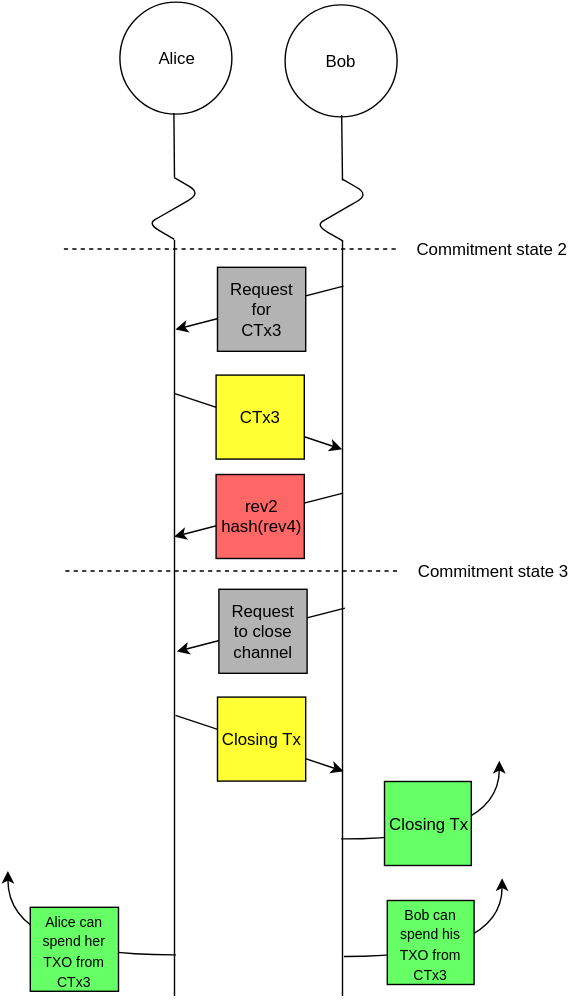
Earlier version of the draw.io export Two_Way_Channel_Messages5.svg (PayChan/bitcoin-payment-channels-taxonomy). Source tidied: cells renumbered, new cells last; positions are measured from the earlier drawing's top-left corner, leaving out a move shared by most shapes.
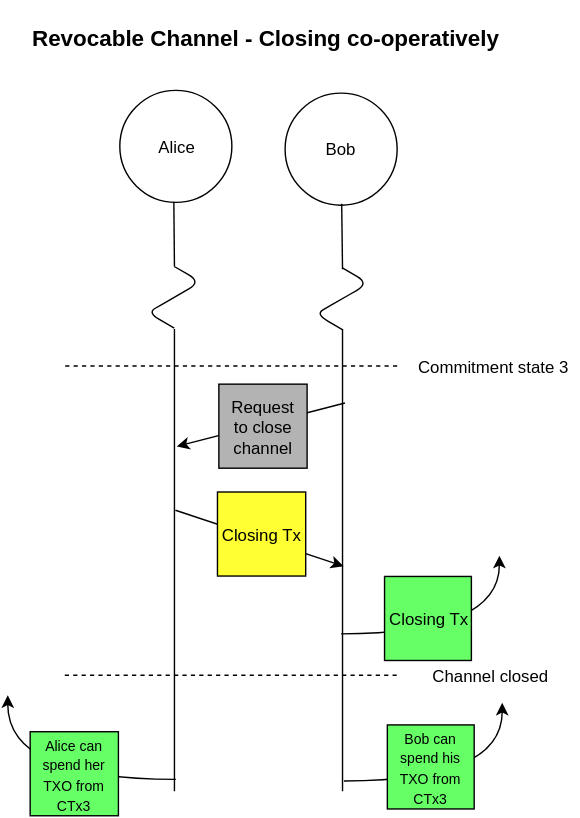
After the change.

What changed in the source:
```diff
@@ -3,136 +3,112 @@
     <mxCell id="0" />
     <mxCell id="1" parent="0" />
     <mxCell id="2" value="Alice" style="ellipse;whiteSpace=wrap;html=1;fillColor=#ffffff;strokeColor=#000000;" parent="1" vertex="1">
-      <mxGeometry x="80" y="-0.4" width="80" height="80" as="geometry" />
+      <mxGeometry x="48" y="6.9" width="80" height="80" as="geometry" />
     </mxCell>
     <mxCell id="3" value="Bob" style="ellipse;whiteSpace=wrap;html=1;fillColor=#ffffff;strokeColor=#000000;" parent="1" vertex="1">
-      <mxGeometry x="198" y="1.6" width="80" height="80" as="geometry" />
+      <mxGeometry x="166" y="8.9" width="80" height="80" as="geometry" />
     </mxCell>
     <mxCell id="4" style="endArrow=none;html=1;endFill=0;" parent="1" edge="1">
-      <mxGeometry x="682" y="7922.2" as="geometry">
-        <mxPoint x="119" y="170" as="sourcePoint" />
-        <mxPoint x="119" y="710" as="targetPoint" />
+      <mxGeometry x="650" y="7719.6" as="geometry">
+        <mxPoint x="87" y="177.3" as="sourcePoint" />
+        <mxPoint x="87" y="507.3" as="targetPoint" />
       </mxGeometry>
     </mxCell>
     <mxCell id="5" style="endArrow=none;html=1;endFill=0;" parent="1" edge="1">
-      <mxGeometry x="812" y="7940.9" as="geometry">
-        <mxPoint x="239" y="170" as="sourcePoint" />
-        <mxPoint x="239" y="710" as="targetPoint" />
+      <mxGeometry x="780" y="7738.2" as="geometry">
+        <mxPoint x="207" y="177.3" as="sourcePoint" />
+        <mxPoint x="207" y="507.3" as="targetPoint" />
       </mxGeometry>
     </mxCell>
     <mxCell id="6" style="endArrow=none;html=1;endFill=0;dashed=1;" parent="1" edge="1">
-      <mxGeometry x="602" y="8246.4" as="geometry">
-        <mxPoint x="41" y="406.4" as="sourcePoint" />
-        <mxPoint x="281" y="406.4" as="targetPoint" />
+      <mxGeometry x="570" y="8043.7" as="geometry">
+        <mxPoint x="9" y="203.7" as="sourcePoint" />
+        <mxPoint x="249" y="203.7" as="targetPoint" />
       </mxGeometry>
     </mxCell>
     <mxCell id="7" value="Commitment state 3" style="text;html=1;strokeColor=none;fillColor=none;align=center;verticalAlign=middle;whiteSpace=wrap;overflow=hidden;" parent="1" vertex="1">
-      <mxGeometry x="286" y="396.4" width="121" height="20" as="geometry" />
+      <mxGeometry x="254" y="193.7" width="121" height="20" as="geometry" />
     </mxCell>
     <mxCell id="8" style="endArrow=classic;html=1;" parent="1" edge="1">
-      <mxGeometry x="680.7" y="8349.4" as="geometry">
-        <mxPoint x="119.7" y="509.4" as="sourcePoint" />
-        <mxPoint x="239.7" y="549.4" as="targetPoint" />
+      <mxGeometry x="648.7" y="8146.8" as="geometry">
+        <mxPoint x="87.7" y="306.8" as="sourcePoint" />
+        <mxPoint x="207.7" y="346.8" as="targetPoint" />
       </mxGeometry>
     </mxCell>
     <mxCell id="9" value="Closing Tx" style="whiteSpace=wrap;html=1;fillColor=#ffff33;" parent="1" vertex="1">
-      <mxGeometry x="149.7" y="496.4" width="63" height="60" as="geometry" />
+      <mxGeometry x="117.7" y="293.8" width="63" height="60" as="geometry" />
     </mxCell>
     <mxCell id="10" style="endArrow=none;html=1;startArrow=classic;startFill=1;endFill=0;" parent="1" edge="1">
-      <mxGeometry x="681.7" y="8272.4" as="geometry">
-        <mxPoint x="120.7" y="463.9" as="sourcePoint" />
-        <mxPoint x="240.7" y="432.9" as="targetPoint" />
+      <mxGeometry x="649.7" y="8069.8" as="geometry">
+        <mxPoint x="88.7" y="261.2" as="sourcePoint" />
+        <mxPoint x="208.7" y="230.2" as="targetPoint" />
       </mxGeometry>
     </mxCell>
     <mxCell id="11" value="Request&lt;div&gt;to close channel&lt;/div&gt;" style="whiteSpace=wrap;html=1;fillColor=#B3B3B3;" parent="1" vertex="1">
-      <mxGeometry x="150.7" y="419.4" width="63" height="60" as="geometry" />
+      <mxGeometry x="118.7" y="216.8" width="63" height="60" as="geometry" />
     </mxCell>
     <mxCell id="12" style="endArrow=classic;html=1;edgeStyle=orthogonalEdgeStyle;curved=1;" parent="1" edge="1">
-      <mxGeometry x="678.9" y="8377.7" as="geometry">
-        <mxPoint x="238" y="597.7" as="sourcePoint" />
-        <mxPoint x="351" y="541.9" as="targetPoint" />
+      <mxGeometry x="646.9" y="8175" as="geometry">
+        <mxPoint x="206" y="395" as="sourcePoint" />
+        <mxPoint x="319" y="339.2" as="targetPoint" />
       </mxGeometry>
     </mxCell>
     <mxCell id="13" value="Closing Tx" style="whiteSpace=wrap;html=1;fillColor=#66ff66;" parent="1" vertex="1">
-      <mxGeometry x="269" y="556.7" width="62" height="60" as="geometry" />
+      <mxGeometry x="237" y="354" width="62" height="60" as="geometry" />
     </mxCell>
     <mxCell id="14" style="endArrow=classic;html=1;edgeStyle=orthogonalEdgeStyle;curved=1;" parent="1" edge="1">
-      <mxGeometry x="561" y="8460.6" as="geometry">
-        <mxPoint x="120" y="680.6" as="sourcePoint" />
-        <mxPoint y="620.6" as="targetPoint" />
+      <mxGeometry x="529" y="8278.9" as="geometry">
+        <mxPoint x="88" y="498.9" as="sourcePoint" />
+        <mxPoint x="-32" y="438.9" as="targetPoint" />
       </mxGeometry>
     </mxCell>
     <mxCell id="15" value="&lt;font style=&quot;font-size: 10px&quot;&gt;Alice can spend her TXO from CTx3&lt;/font&gt;" style="whiteSpace=wrap;html=1;fillColor=#66ff66;" parent="1" vertex="1">
-      <mxGeometry x="16" y="646.6" width="63" height="60" as="geometry" />
+      <mxGeometry x="-16" y="464.9" width="63" height="60" as="geometry" />
     </mxCell>
     <mxCell id="16" style="endArrow=classic;html=1;edgeStyle=orthogonalEdgeStyle;curved=1;" parent="1" edge="1">
-      <mxGeometry x="680.9" y="8461.7" as="geometry">
-        <mxPoint x="240" y="681.7" as="sourcePoint" />
-        <mxPoint x="353" y="625.9" as="targetPoint" />
+      <mxGeometry x="648.9" y="8280" as="geometry">
+        <mxPoint x="208" y="500" as="sourcePoint" />
+        <mxPoint x="321" y="444.2" as="targetPoint" />
       </mxGeometry>
     </mxCell>
     <mxCell id="17" value="&lt;span&gt;&lt;font style=&quot;font-size: 10px&quot;&gt;Bob can spend his TXO from CTx3&lt;/font&gt;&lt;/span&gt;" style="whiteSpace=wrap;html=1;fillColor=#66ff66;" parent="1" vertex="1">
-      <mxGeometry x="271" y="641.7" width="62" height="60" as="geometry" />
+      <mxGeometry x="239" y="460" width="62" height="60" as="geometry" />
     </mxCell>
-    <mxCell id="18" style="endArrow=none;html=1;endFill=0;edgeStyle=isometricEdgeStyle;elbow=vertical;" parent="1" edge="1">
-      <mxGeometry x="679.9" y="7965.4" as="geometry">
-        <mxPoint x="118.9" y="125.4" as="sourcePoint" />
-        <mxPoint x="118.9" y="169.4" as="targetPoint" />
-      </mxGeometry>
+    <mxCell id="18" value="&lt;b&gt;&lt;font style=&quot;font-size: 16px&quot;&gt;Revocable Channel - Closing co-operatively&lt;/font&gt;&lt;/b&gt;" style="text;html=1;strokeColor=none;fillColor=none;align=center;verticalAlign=middle;whiteSpace=wrap;overflow=hidden;comic=1;" parent="1" vertex="1">
+      <mxGeometry x="-25" y="-55.7" width="352" height="50" as="geometry" />
     </mxCell>
     <mxCell id="19" style="endArrow=none;html=1;endFill=0;edgeStyle=isometricEdgeStyle;elbow=vertical;" parent="1" edge="1">
-      <mxGeometry x="799.9" y="7966.4" as="geometry">
-        <mxPoint x="238.9" y="126.4" as="sourcePoint" />
-        <mxPoint x="238.9" y="170.4" as="targetPoint" />
+      <mxGeometry x="647.9" y="7972.8" as="geometry">
+        <mxPoint x="86.9" y="132.8" as="sourcePoint" />
+        <mxPoint x="86.9" y="176.8" as="targetPoint" />
       </mxGeometry>
     </mxCell>
-    <mxCell id="20" style="endArrow=none;html=1;endFill=0;exitX=0.5;exitY=1;" parent="1" edge="1">
-      <mxGeometry x="668" y="7764.7" as="geometry">
-        <mxPoint x="118.6" y="79.3" as="sourcePoint" />
-        <mxPoint x="119" y="125.4" as="targetPoint" />
+    <mxCell id="20" style="endArrow=none;html=1;endFill=0;edgeStyle=isometricEdgeStyle;elbow=vertical;" parent="1" edge="1">
+      <mxGeometry x="767.9" y="7973.8" as="geometry">
+        <mxPoint x="206.9" y="133.8" as="sourcePoint" />
+        <mxPoint x="206.9" y="177.8" as="targetPoint" />
       </mxGeometry>
     </mxCell>
     <mxCell id="21" style="endArrow=none;html=1;endFill=0;exitX=0.5;exitY=1;" parent="1" edge="1">
-      <mxGeometry x="788" y="7766.7" as="geometry">
-        <mxPoint x="238.4" y="80.7" as="sourcePoint" />
-        <mxPoint x="239" y="127.4" as="targetPoint" />
+      <mxGeometry x="636" y="7772" as="geometry">
+        <mxPoint x="86.6" y="86.6" as="sourcePoint" />
+        <mxPoint x="87" y="132.8" as="targetPoint" />
       </mxGeometry>
     </mxCell>
-    <mxCell id="22" style="endArrow=none;html=1;endFill=0;dashed=1;" parent="1" edge="1">
-      <mxGeometry x="601" y="8016.4" as="geometry">
-        <mxPoint x="40" y="176.4" as="sourcePoint" />
-        <mxPoint x="280" y="176.4" as="targetPoint" />
+    <mxCell id="22" style="endArrow=none;html=1;endFill=0;exitX=0.5;exitY=1;" parent="1" edge="1">
+      <mxGeometry x="756" y="7774" as="geometry">
+        <mxPoint x="206.4" y="88" as="sourcePoint" />
+        <mxPoint x="207" y="134.8" as="targetPoint" />
       </mxGeometry>
     </mxCell>
-    <mxCell id="23" value="Commitment state 2" style="text;html=1;strokeColor=none;fillColor=none;align=center;verticalAlign=middle;whiteSpace=wrap;overflow=hidden;" parent="1" vertex="1">
-      <mxGeometry x="285" y="166.4" width="121" height="20" as="geometry" />
+    <mxCell id="23" value="Channel closed" style="text;html=1;strokeColor=none;fillColor=none;align=center;verticalAlign=middle;whiteSpace=wrap;overflow=hidden;" parent="1" vertex="1">
+      <mxGeometry x="251.7" y="414.6" width="121" height="20" as="geometry" />
     </mxCell>
-    <mxCell id="24" style="endArrow=classic;html=1;" parent="1" edge="1">
-      <mxGeometry x="679.7" y="8119.4" as="geometry">
-        <mxPoint x="118.7" y="279.4" as="sourcePoint" />
-        <mxPoint x="238.7" y="319.4" as="targetPoint" />
+    <mxCell id="24" style="endArrow=none;html=1;endFill=0;dashed=1;" parent="1" edge="1">
+      <mxGeometry x="569.7" y="8264.6" as="geometry">
+        <mxPoint x="8.7" y="424.6" as="sourcePoint" />
+        <mxPoint x="248.7" y="424.6" as="targetPoint" />
       </mxGeometry>
     </mxCell>
-    <mxCell id="25" value="CTx3" style="whiteSpace=wrap;html=1;fillColor=#ffff33;" parent="1" vertex="1">
-      <mxGeometry x="148.7" y="266.4" width="63" height="60" as="geometry" />
-    </mxCell>
-    <mxCell id="26" style="endArrow=none;html=1;startArrow=classic;startFill=1;endFill=0;" parent="1" edge="1">
-      <mxGeometry x="680.7" y="8042.4" as="geometry">
-        <mxPoint x="119.7" y="233.9" as="sourcePoint" />
-        <mxPoint x="239.7" y="202.9" as="targetPoint" />
-      </mxGeometry>
-    </mxCell>
-    <mxCell id="27" value="Request&lt;div&gt;for&lt;/div&gt;&lt;div&gt;CTx3&lt;/div&gt;" style="whiteSpace=wrap;html=1;fillColor=#B3B3B3;" parent="1" vertex="1">
-      <mxGeometry x="149.7" y="189.4" width="63" height="60" as="geometry" />
-    </mxCell>
-    <mxCell id="28" style="endArrow=none;html=1;startArrow=classic;startFill=1;endFill=0;" parent="1" edge="1">
-      <mxGeometry x="679.7" y="8190.4" as="geometry">
-        <mxPoint x="118.7" y="381.9" as="sourcePoint" />
-        <mxPoint x="238.7" y="350.9" as="targetPoint" />
-      </mxGeometry>
-    </mxCell>
-    <mxCell id="29" value="rev2&lt;div&gt;hash(rev4)&lt;/div&gt;" style="whiteSpace=wrap;html=1;fillColor=#ff6666;" parent="1" vertex="1">
-      <mxGeometry x="148.7" y="337.4" width="63" height="60" as="geometry" />
-    </mxCell>
   </root>
 </mxGraphModel>
```
